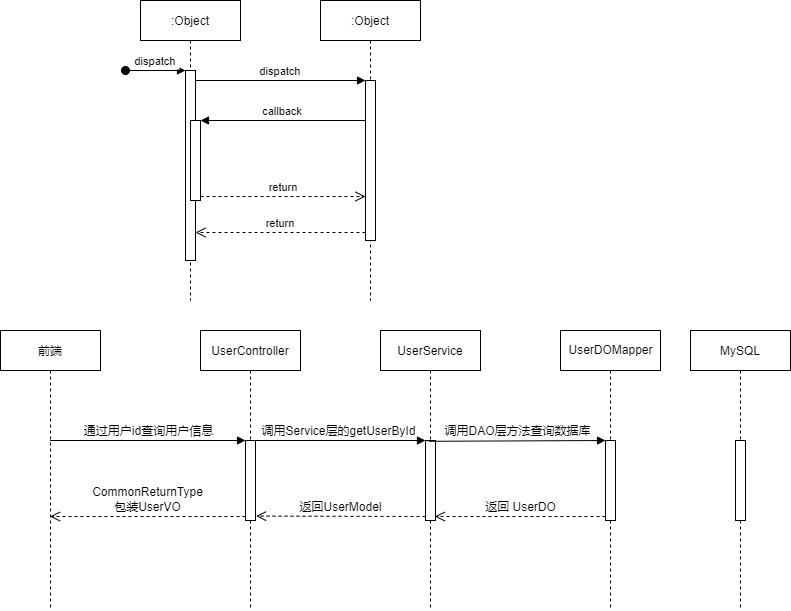
wsxzei/markdown-photos keeps this draw.io diagram as miaosha/Spring MVC模型.drawio.png. Above is the earlier version. Source tidied: cells renumbered, new cells last; positions are measured from the earlier drawing's top-left corner, leaving out a move shared by most shapes.
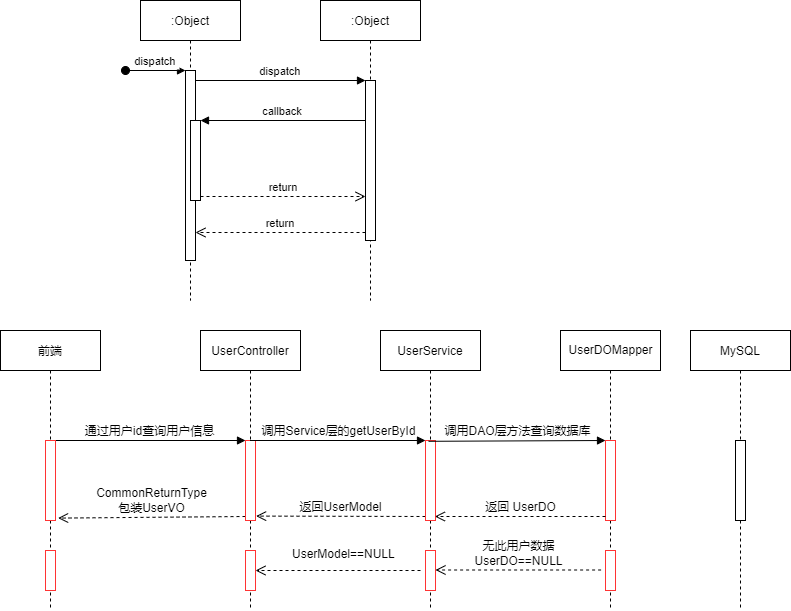
After the change.

Change to the diagram source:
```diff
@@ -37,10 +37,10 @@
     <mxCell id="12" value="前端" style="shape=umlLifeline;perimeter=lifelinePerimeter;rounded=0;shadow=0;strokeWidth=1;" parent="1" vertex="1">
       <mxGeometry y="330" width="100" height="280" as="geometry" />
     </mxCell>
-    <mxCell id="13" value="通过用户id查询用户信息" style="html=1;verticalAlign=bottom;endArrow=block;entryX=0;entryY=0;rounded=0;" parent="1" edge="1" source="12" target="17">
+    <mxCell id="13" value="通过用户id查询用户信息" style="html=1;verticalAlign=bottom;endArrow=block;entryX=0;entryY=0;rounded=0;exitX=0.94;exitY=0;exitDx=0;exitDy=0;exitPerimeter=0;" parent="1" edge="1" source="36" target="17">
       <mxGeometry relative="1" as="geometry" />
     </mxCell>
-    <mxCell id="14" value="CommonReturnType&lt;br&gt;包装UserVO" style="html=1;verticalAlign=bottom;endArrow=open;dashed=1;endSize=8;exitX=0;exitY=0.95;rounded=0;" parent="1" edge="1" source="17" target="12">
+    <mxCell id="14" value="CommonReturnType&lt;br&gt;包装UserVO" style="html=1;verticalAlign=bottom;endArrow=open;dashed=1;endSize=8;exitX=0;exitY=0.95;rounded=0;entryX=1.26;entryY=0.97;entryDx=0;entryDy=0;entryPerimeter=0;" parent="1" edge="1" source="17" target="36">
       <mxGeometry relative="1" as="geometry" />
     </mxCell>
     <mxCell id="15" style="group;" parent="1" vertex="1">
@@ -49,9 +49,12 @@
     <mxCell id="16" value="UserController" style="shape=umlLifeline;perimeter=lifelinePerimeter;rounded=0;shadow=0;strokeWidth=1;" parent="15" vertex="1">
       <mxGeometry width="100" height="280" as="geometry" />
     </mxCell>
-    <mxCell id="17" style="html=1;points=[];perimeter=orthogonalPerimeter;" parent="15" vertex="1">
+    <mxCell id="17" style="html=1;points=[];perimeter=orthogonalPerimeter;strokeColor=#FF3333;" parent="15" vertex="1">
       <mxGeometry x="45" y="110" width="10" height="80" as="geometry" />
     </mxCell>
+    <mxCell id="32" style="html=1;points=[];perimeter=orthogonalPerimeter;strokeColor=#FF3333;" parent="15" vertex="1">
+      <mxGeometry x="45" y="220" width="10" height="40" as="geometry" />
+    </mxCell>
     <mxCell id="18" value="调用Service层的getUserById" style="html=1;verticalAlign=bottom;endArrow=block;entryX=0;entryY=0;rounded=0;exitX=0.532;exitY=0.386;exitDx=0;exitDy=0;exitPerimeter=0;" parent="1" edge="1" source="16" target="22">
       <mxGeometry relative="1" as="geometry" />
     </mxCell>
@@ -64,9 +67,17 @@
     <mxCell id="21" value="UserService" style="shape=umlLifeline;perimeter=lifelinePerimeter;rounded=0;shadow=0;strokeWidth=1;" parent="20" vertex="1">
       <mxGeometry width="100" height="280" as="geometry" />
     </mxCell>
-    <mxCell id="22" style="html=1;points=[];perimeter=orthogonalPerimeter;" parent="20" vertex="1">
+    <mxCell id="22" style="html=1;points=[];perimeter=orthogonalPerimeter;strokeColor=#FF3333;" parent="20" vertex="1">
       <mxGeometry x="45" y="110" width="10" height="80" as="geometry" />
     </mxCell>
+    <mxCell id="33" style="html=1;points=[];perimeter=orthogonalPerimeter;strokeColor=#FF3333;" parent="20" vertex="1">
+      <mxGeometry x="45" y="220" width="10" height="40" as="geometry" />
+    </mxCell>
+    <mxCell id="34" style="html=1;verticalAlign=bottom;endArrow=open;dashed=1;endSize=8;rounded=0;" parent="20" edge="1" target="32">
+      <mxGeometry x="0.22" relative="1" as="geometry">
+        <mxPoint x="40" y="240" as="sourcePoint" />
+      </mxGeometry>
+    </mxCell>
     <mxCell id="23" style="group;" parent="1" vertex="1">
       <mxGeometry x="560" y="330" width="100" height="280" as="geometry" />
     </mxCell>
@@ -76,9 +87,12 @@
     <mxCell id="25" style="html=1;perimeter=orthogonalPerimeter;" parent="23" vertex="1">
       <mxGeometry x="45" y="110" width="10" height="80" as="geometry" />
     </mxCell>
-    <mxCell id="26" style="html=1;points=[];perimeter=orthogonalPerimeter;" parent="23" vertex="1">
+    <mxCell id="26" style="html=1;points=[];perimeter=orthogonalPerimeter;strokeColor=#FF3333;" parent="23" vertex="1">
       <mxGeometry x="45" y="110" width="10" height="80" as="geometry" />
     </mxCell>
+    <mxCell id="35" style="html=1;perimeter=orthogonalPerimeter;strokeColor=#FF3333;" parent="23" vertex="1">
+      <mxGeometry x="45" y="220" width="10" height="40" as="geometry" />
+    </mxCell>
     <mxCell id="27" style="group;" parent="1" vertex="1">
       <mxGeometry x="690" y="330" width="100" height="280" as="geometry" />
     </mxCell>
@@ -94,5 +108,19 @@
     <mxCell id="31" value="调用DAO层方法查询数据库" style="html=1;verticalAlign=bottom;endArrow=block;entryX=0;entryY=0;rounded=0;exitX=0.3;exitY=0.01;exitDx=0;exitDy=0;exitPerimeter=0;" parent="1" edge="1" source="22" target="26">
       <mxGeometry relative="1" as="geometry" />
     </mxCell>
+    <mxCell id="36" style="html=1;points=[];perimeter=orthogonalPerimeter;strokeColor=#FF3333;" parent="1" vertex="1">
+      <mxGeometry x="45" y="440" width="10" height="80" as="geometry" />
+    </mxCell>
+    <mxCell id="37" value="无此用户数据&lt;br&gt;UserDO==NULL" style="html=1;verticalAlign=bottom;endArrow=open;dashed=1;endSize=8;exitX=0;exitY=0.95;rounded=0;" parent="1" edge="1" target="33">
+      <mxGeometry relative="1" as="geometry">
+        <mxPoint x="600.6" y="569.5" as="sourcePoint" />
+      </mxGeometry>
+    </mxCell>
+    <mxCell id="38" style="html=1;perimeter=orthogonalPerimeter;strokeColor=#FF3333;" parent="1" vertex="1">
+      <mxGeometry x="45" y="550" width="10" height="40" as="geometry" />
+    </mxCell>
+    <mxCell id="39" value="&lt;div style=&quot;text-align: center;&quot;&gt;&lt;font color=&quot;#000000&quot;&gt;&lt;span style=&quot;font-size: 11px; background-color: rgb(255, 255, 255);&quot;&gt;UserModel==NULL&lt;/span&gt;&lt;/font&gt;&lt;/div&gt;" style="text;whiteSpace=wrap;html=1;fontColor=#FF3333;" parent="1" vertex="1">
+      <mxGeometry x="290" y="540" width="100" height="30" as="geometry" />
+    </mxCell>
   </root>
 </mxGraphModel>
```
